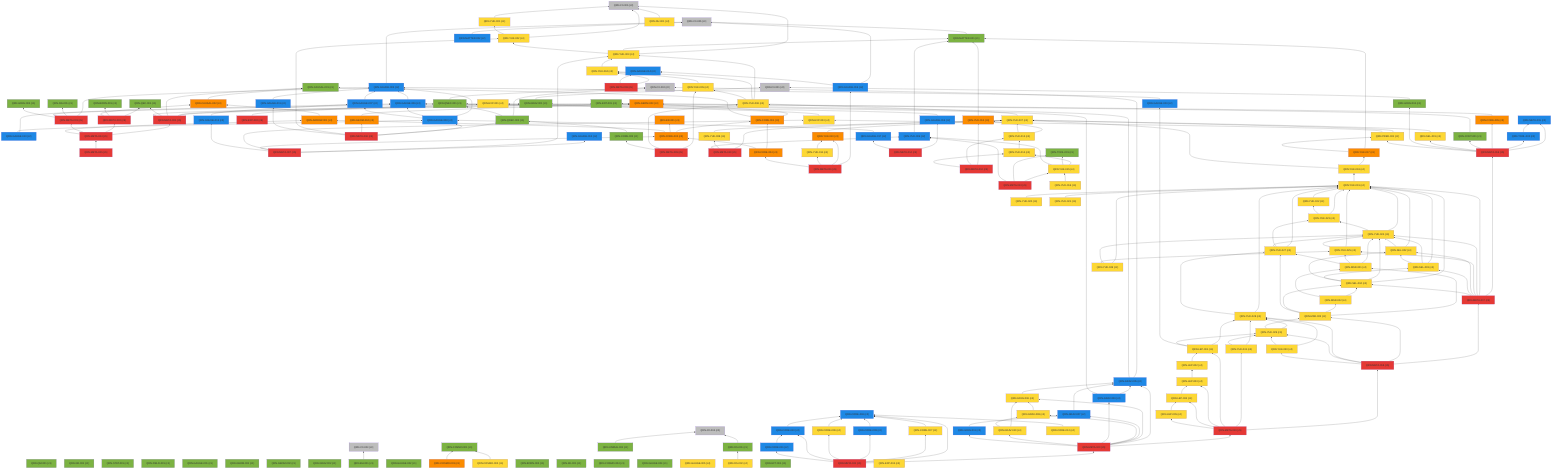
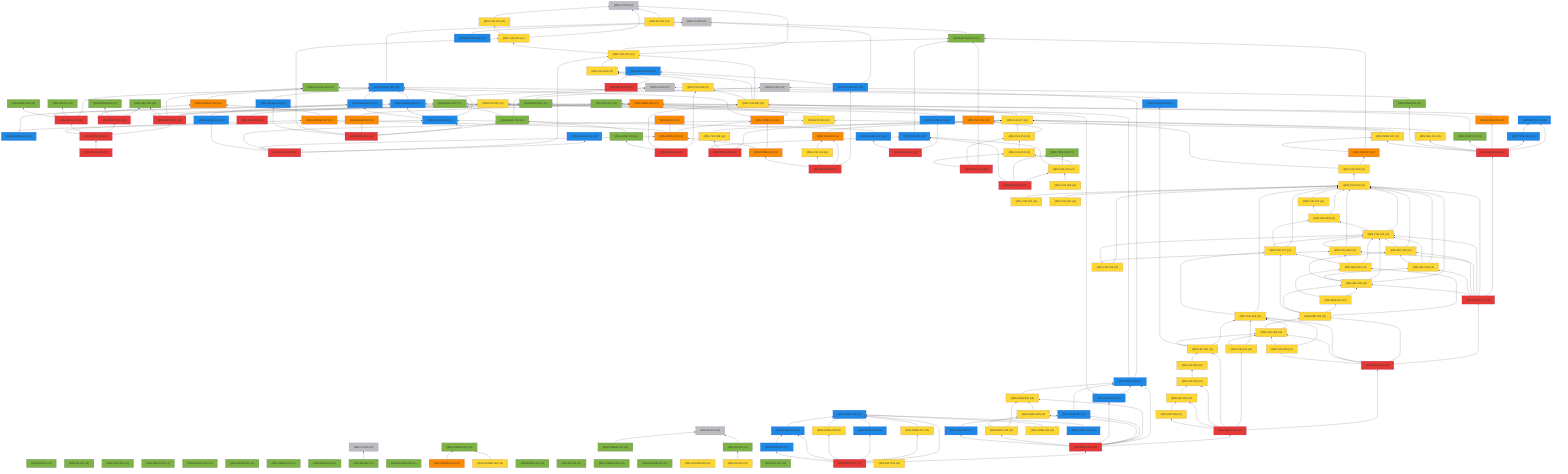
%% 自動生成 (dag/report.pl) — QRN 主張依存グラフ
graph BT
  QRN_C0_001["QRN-C0-001 (c0)"]:::c0
  QRN_C0_002["QRN-C0-002 (c0)"]:::c0
  QRN_C0_003["QRN-C0-003 (c0)"]:::c0
  QRN_C0_004["QRN-C0-004 (c0)"]:::c0
  QRN_C0_005["QRN-C0-005 (c0)"]:::c0
  QRN_C0_006["QRN-C0-006 (c0)"]:::c0
  QRN_QM_001["QRN-QM-001 (c1)"]:::c1
  QRN_GR_001["QRN-GR-001 (c1)"]:::c1
  QRN_STAT_001["QRN-STAT-001 (c1)"]:::c1
  QRN_FIELD_001["QRN-FIELD-001 (c1)"]:::c1
  QRN_GAUGE_001["QRN-GAUGE-001 (c1)"]:::c1
  QRN_ENT_001["QRN-ENT-001 (c1)"]:::c1
  QRN_GEOM_001["QRN-GEOM-001 (c1)"]:::c1
  QRN_GEOM_002["QRN-GEOM-002 (c1)"]:::c1
  QRN_GEOM_003["QRN-GEOM-003 (c3)"]:::c3
  QRN_GRAV_001["QRN-GRAV-001 (c1)"]:::c1
  QRN_GRAV_002["QRN-GRAV-002 (c1)"]:::c1
  QRN_BH_001["QRN-BH-001 (c1)"]:::c1
  QRN_CAUSAL_001["QRN-CAUSAL-001 (c1)"]:::c1
  QRN_CAUSAL_002["QRN-CAUSAL-002 (c3)"]:::c3
  QRN_ER_001["QRN-ER-001 (c3)"]:::c3
  QRN_QEC_001["QRN-QEC-001 (c1)"]:::c1
  QRN_GAUGE_002["QRN-GAUGE-002 (c1)"]:::c1
  QRN_COSMO_001["QRN-COSMO-001 (c1)"]:::c1
  QRN_COSMO_002["QRN-COSMO-002 (c4)"]:::c4
  QRN_COSMO_003["QRN-COSMO-003 (c3)"]:::c3
  QRN_BORN_001["QRN-BORN-001 (c1)"]:::c1
  QRN_BORN_002["QRN-BORN-002 (c1)"]:::c1
  QRN_GRAV_003["QRN-GRAV-003 (c1)"]:::c1
  QRN_KK_001["QRN-KK-001 (c1)"]:::c1
  QRN_MATTER_001["QRN-MATTER-001 (c1)"]:::c1
  QRN_MATTER_002["QRN-MATTER-002 (c2)"]:::c2
  QRN_COSMO_004["QRN-COSMO-004 (c1)"]:::c1
  QRN_EXP_001["QRN-EXP-001 (c4)"]:::c4
  QRN_GAUGE_003["QRN-GAUGE-003 (c2)"]:::c2
  QRN_GAUGE_004["QRN-GAUGE-004 (c1)"]:::c1
  QRN_GAUGE_005["QRN-GAUGE-005 (c4)"]:::c4
  QRN_YUK_001["QRN-YUK-001 (c4)"]:::c4
  QRN_RG_001["QRN-RG-001 (c1)"]:::c1
  QRN_UNRUH_001["QRN-UNRUH-001 (c1)"]:::c1
  QRN_QNEC_001["QRN-QNEC-001 (c1)"]:::c1
  QRN_NU_001["QRN-NU-001 (c4)"]:::c4
  QRN_GAUGE_006["QRN-GAUGE-006 (c2)"]:::c2
  QRN_DS_001["QRN-DS-001 (c1)"]:::c1
  QRN_DS_002["QRN-DS-002 (c4)"]:::c4
  QRN_ARROW_001["QRN-ARROW-001 (c3)"]:::c3
  QRN_GAUGE_007["QRN-GAUGE-007 (c2)"]:::c2
  QRN_EFT_001["QRN-EFT-001 (c1)"]:::c1
  QRN_GAUGE_008["QRN-GAUGE-008 (c2)"]:::c2
  QRN_GAUGE_009["QRN-GAUGE-009 (c2)"]:::c2
  QRN_GAUGE_010["QRN-GAUGE-010 (c2)"]:::c2
  QRN_QNEC_002["QRN-QNEC-002 (c1)"]:::c1
  QRN_GEOM_004["QRN-GEOM-004 (c3)"]:::c3
  QRN_YUK_002["QRN-YUK-002 (c4)"]:::c4
  QRN_EXP_002["QRN-EXP-002 (c5)"]:::c5
  QRN_CORE_001["QRN-CORE-001 (c3)"]:::c3
  QRN_GAUGE_011["QRN-GAUGE-011 (c2)"]:::c2
  QRN_GAUGE_012["QRN-GAUGE-012 (c2)"]:::c2
  QRN_YUK_003["QRN-YUK-003 (c4)"]:::c4
  QRN_EXP_003["QRN-EXP-003 (c4)"]:::c4
  QRN_CORE_002["QRN-CORE-002 (c3)"]:::c3
  QRN_GAUGE_013["QRN-GAUGE-013 (c2)"]:::c2
  QRN_YUK_004["QRN-YUK-004 (c4)"]:::c4
  QRN_GAUGE_014["QRN-GAUGE-014 (c2)"]:::c2
  QRN_META_001["QRN-META-001 (c5)"]:::c5
  QRN_META_002["QRN-META-002 (c5)"]:::c5
  QRN_META_003["QRN-META-003 (c5)"]:::c5
  QRN_META_004["QRN-META-004 (c5)"]:::c5
  QRN_META_005["QRN-META-005 (c5)"]:::c5
  QRN_META_006["QRN-META-006 (c5)"]:::c5
  QRN_META_007["QRN-META-007 (c5)"]:::c5
  QRN_META_008["QRN-META-008 (c5)"]:::c5
  QRN_YUK_005["QRN-YUK-005 (c4)"]:::c4
  QRN_YUK_006["QRN-YUK-006 (c4)"]:::c4
  QRN_CORE_003["QRN-CORE-003 (c1)"]:::c1
  QRN_META_009["QRN-META-009 (c5)"]:::c5
  QRN_YUK_007["QRN-YUK-007 (c4)"]:::c4
  QRN_YUK_008["QRN-YUK-008 (c4)"]:::c4
  QRN_YUK_009["QRN-YUK-009 (c2)"]:::c2
  QRN_META_010["QRN-META-010 (c5)"]:::c5
  QRN_GAUGE_015["QRN-GAUGE-015 (c2)"]:::c2
  QRN_YUK_010["QRN-YUK-010 (c3)"]:::c3
  QRN_YUK_011["QRN-YUK-011 (c4)"]:::c4
  QRN_CORE_004["QRN-CORE-004 (c3)"]:::c3
  QRN_META_011["QRN-META-011 (c5)"]:::c5
  QRN_YUK_012["QRN-YUK-012 (c3)"]:::c3
  QRN_YUK_013["QRN-YUK-013 (c4)"]:::c4
  QRN_YUK_014["QRN-YUK-014 (c4)"]:::c4
  QRN_META_012["QRN-META-012 (c5)"]:::c5
  QRN_TOOL_001["QRN-TOOL-001 (c1)"]:::c1
  QRN_YUK_015["QRN-YUK-015 (c4)"]:::c4
  QRN_META_013["QRN-META-013 (c5)"]:::c5
  QRN_GAUGE_016["QRN-GAUGE-016 (c2)"]:::c2
  QRN_GAUGE_017["QRN-GAUGE-017 (c2)"]:::c2
  QRN_META_014["QRN-META-014 (c5)"]:::c5
  QRN_META_015["QRN-META-015 (c2)"]:::c2
  QRN_TOOL_002["QRN-TOOL-002 (c2)"]:::c2
  QRN_CORE_005["QRN-CORE-005 (c3)"]:::c3
  QRN_CONT_001["QRN-CONT-001 (c1)"]:::c1
  QRN_SEL_001["QRN-SEL-001 (c4)"]:::c4
  QRN_GRAV_004["QRN-GRAV-004 (c1)"]:::c1
  QRN_PRED_001["QRN-PRED-001 (c4)"]:::c4
  QRN_META_016["QRN-META-016 (c5)"]:::c5
  QRN_YUK_016["QRN-YUK-016 (c4)"]:::c4
  QRN_YUK_017["QRN-YUK-017 (c3)"]:::c3
  QRN_YUK_018["QRN-YUK-018 (c4)"]:::c4
  QRN_YUK_019["QRN-YUK-019 (c4)"]:::c4
  QRN_YUK_020["QRN-YUK-020 (c4)"]:::c4
  QRN_YUK_021["QRN-YUK-021 (c4)"]:::c4
  QRN_YUK_022["QRN-YUK-022 (c4)"]:::c4
  QRN_YUK_023["QRN-YUK-023 (c4)"]:::c4
  QRN_YUK_024["QRN-YUK-024 (c4)"]:::c4
  QRN_YUK_025["QRN-YUK-025 (c4)"]:::c4
  QRN_SEL_002["QRN-SEL-002 (c4)"]:::c4
  QRN_SEL_003["QRN-SEL-003 (c4)"]:::c4
  QRN_SEL_004["QRN-SEL-004 (c4)"]:::c4
  QRN_META_017["QRN-META-017 (c5)"]:::c5
  QRN_YUK_026["QRN-YUK-026 (c4)"]:::c4
  QRN_YUK_027["QRN-YUK-027 (c4)"]:::c4
  QRN_MSR_001["QRN-MSR-001 (c4)"]:::c4
  QRN_MSR_002["QRN-MSR-002 (c4)"]:::c4
  QRN_MSR_003["QRN-MSR-003 (c4)"]:::c4
  QRN_YUK_028["QRN-YUK-028 (c4)"]:::c4
  QRN_YUK_029["QRN-YUK-029 (c4)"]:::c4
  QRN_YUK_030["QRN-YUK-030 (c4)"]:::c4
  QRN_META_018["QRN-META-018 (c5)"]:::c5
  QRN_YUK_031["QRN-YUK-031 (c4)"]:::c4
  QRN_LEP_001["QRN-LEP-001 (c4)"]:::c4
  QRN_LEP_002["QRN-LEP-002 (c4)"]:::c4
  QRN_LEP_003["QRN-LEP-003 (c4)"]:::c4
  QRN_LEP_004["QRN-LEP-004 (c4)"]:::c4
  QRN_LEP_005["QRN-LEP-005 (c4)"]:::c4
  QRN_META_019["QRN-META-019 (c5)"]:::c5
  QRN_GRAV_005["QRN-GRAV-005 (c2)"]:::c2
  QRN_GRAV_006["QRN-GRAV-006 (c4)"]:::c4
  QRN_GRAV_007["QRN-GRAV-007 (c2)"]:::c2
  QRN_GRAV_008["QRN-GRAV-008 (c4)"]:::c4
  QRN_GRAV_009["QRN-GRAV-009 (c2)"]:::c2
  QRN_GRAV_010["QRN-GRAV-010 (c4)"]:::c4
  QRN_GRAV_011["QRN-GRAV-011 (c2)"]:::c2
  QRN_META_020["QRN-META-020 (c5)"]:::c5
  QRN_CORE_006["QRN-CORE-006 (c2)"]:::c2
  QRN_CORE_007["QRN-CORE-007 (c4)"]:::c4
  QRN_CORE_008["QRN-CORE-008 (c2)"]:::c2
  QRN_CORE_009["QRN-CORE-009 (c4)"]:::c4
  QRN_CORE_010["QRN-CORE-010 (c2)"]:::c2
  QRN_CORE_011["QRN-CORE-011 (c2)"]:::c2
  QRN_META_021["QRN-META-021 (c5)"]:::c5
  QRN_CORE_012["QRN-CORE-012 (c4)"]:::c4
  QRN_EXP_004["QRN-EXP-004 (c4)"]:::c4
+   QRN_CORE_013["QRN-CORE-013 (c2)"]:::c2
  QRN_GRAV_001 --> QRN_C0_001
  QRN_BH_001 --> QRN_C0_003
  QRN_CAUSAL_002 --> QRN_CAUSAL_001
  QRN_COSMO_002 --> QRN_COSMO_001
  QRN_COSMO_003 --> QRN_COSMO_001
  QRN_MATTER_001 --> QRN_C0_005
  QRN_MATTER_002 --> QRN_C0_005
  QRN_GAUGE_003 --> QRN_C0_005
  QRN_YUK_001 --> QRN_C0_006
  QRN_UNRUH_001 --> QRN_C0_004
  QRN_QNEC_001 --> QRN_C0_002
  QRN_NU_001 --> QRN_C0_006
  QRN_GAUGE_006 --> QRN_GAUGE_003
  QRN_DS_001 --> QRN_C0_004
  QRN_DS_002 --> QRN_DS_001
  QRN_ARROW_001 --> QRN_CAUSAL_002
  QRN_GAUGE_007 --> QRN_GAUGE_003
  QRN_GAUGE_008 --> QRN_GAUGE_003
  QRN_GAUGE_008 --> QRN_GAUGE_006
  QRN_GAUGE_008 --> QRN_GAUGE_007
  QRN_GAUGE_009 --> QRN_GAUGE_003
  QRN_GAUGE_010 --> QRN_GAUGE_006
  QRN_GAUGE_010 --> QRN_GAUGE_008
  QRN_QNEC_002 --> QRN_C0_002
  QRN_QNEC_002 --> QRN_QNEC_001
  QRN_GEOM_004 --> QRN_GEOM_003
  QRN_YUK_002 --> QRN_C0_006
  QRN_YUK_002 --> QRN_YUK_001
  QRN_EXP_002 --> QRN_EXP_001
  QRN_CORE_001 --> QRN_GEOM_003
  QRN_CORE_001 --> QRN_CAUSAL_001
  QRN_GAUGE_011 --> QRN_GAUGE_003
  QRN_YUK_003 --> QRN_C0_006
  QRN_YUK_003 --> QRN_MATTER_001
  QRN_YUK_003 --> QRN_YUK_002
  QRN_EXP_003 --> QRN_EXP_001
  QRN_CORE_002 --> QRN_CORE_001
  QRN_CORE_002 --> QRN_ER_001
  QRN_CORE_002 --> QRN_ARROW_001
  QRN_GAUGE_013 --> QRN_GAUGE_007
  QRN_YUK_004 --> QRN_YUK_003
  QRN_META_001 --> QRN_GEOM_003
  QRN_META_001 --> QRN_GRAV_001
  QRN_META_001 --> QRN_CAUSAL_001
  QRN_META_001 --> QRN_QEC_001
  QRN_META_001 --> QRN_ENT_001
  QRN_META_002 --> QRN_QEC_001
  QRN_META_002 --> QRN_BORN_001
  QRN_META_002 --> QRN_CAUSAL_002
  QRN_META_003 --> QRN_GAUGE_003
  QRN_META_003 --> QRN_RG_001
  QRN_META_003 --> QRN_QNEC_001
  QRN_META_003 --> QRN_GRAV_003
  QRN_META_004 --> QRN_META_001
  QRN_META_004 --> QRN_META_002
  QRN_META_004 --> QRN_META_003
  QRN_META_004 --> QRN_ARROW_001
  QRN_META_005 --> QRN_META_004
  QRN_META_006 --> QRN_GAUGE_008
  QRN_META_006 --> QRN_QNEC_002
  QRN_META_006 --> QRN_GEOM_004
  QRN_META_006 --> QRN_YUK_002
  QRN_META_006 --> QRN_GAUGE_011
  QRN_META_007 --> QRN_GAUGE_012
  QRN_META_007 --> QRN_YUK_003
  QRN_META_007 --> QRN_EXP_003
  QRN_META_007 --> QRN_CORE_002
  QRN_META_007 --> QRN_GAUGE_013
  QRN_META_008 --> QRN_YUK_004
  QRN_META_008 --> QRN_GAUGE_014
  QRN_YUK_005 --> QRN_YUK_004
  QRN_YUK_006 --> QRN_YUK_003
  QRN_YUK_006 --> QRN_YUK_004
  QRN_YUK_006 --> QRN_YUK_005
  QRN_CORE_003 --> QRN_QNEC_002
  QRN_META_009 --> QRN_YUK_005
  QRN_META_009 --> QRN_YUK_006
  QRN_META_009 --> QRN_CORE_003
  QRN_YUK_007 --> QRN_YUK_006
  QRN_YUK_008 --> QRN_YUK_007
  QRN_YUK_009 --> QRN_MATTER_001
  QRN_META_010 --> QRN_YUK_007
  QRN_META_010 --> QRN_YUK_008
  QRN_META_010 --> QRN_YUK_009
  QRN_GAUGE_015 --> QRN_C0_005
  QRN_GAUGE_015 --> QRN_GAUGE_014
  QRN_YUK_010 --> QRN_YUK_007
  QRN_YUK_011 --> QRN_YUK_010
  QRN_CORE_004 --> QRN_CORE_001
  QRN_CORE_004 --> QRN_CORE_002
  QRN_META_011 --> QRN_GAUGE_015
  QRN_META_011 --> QRN_YUK_010
  QRN_META_011 --> QRN_YUK_011
  QRN_META_011 --> QRN_CORE_004
  QRN_YUK_012 --> QRN_MATTER_001
  QRN_YUK_013 --> QRN_YUK_012
  QRN_YUK_013 --> QRN_YUK_007
  QRN_YUK_014 --> QRN_YUK_013
  QRN_META_012 --> QRN_YUK_012
  QRN_META_012 --> QRN_YUK_013
  QRN_META_012 --> QRN_YUK_014
  QRN_YUK_015 --> QRN_YUK_014
  QRN_YUK_015 --> QRN_TOOL_001
  QRN_YUK_015 --> QRN_YUK_009
  QRN_META_013 --> QRN_YUK_015
  QRN_META_013 --> QRN_TOOL_001
  QRN_META_013 --> QRN_YUK_009
  QRN_GAUGE_016 --> QRN_GAUGE_006
  QRN_GAUGE_017 --> QRN_GAUGE_008
  QRN_META_014 --> QRN_GAUGE_016
  QRN_META_014 --> QRN_GAUGE_017
  QRN_TOOL_002 --> QRN_META_015
  QRN_CORE_005 --> QRN_GEOM_003
  QRN_CONT_001 --> QRN_ENT_001
  QRN_SEL_001 --> QRN_YUK_007
  QRN_GRAV_004 --> QRN_C0_001
  QRN_PRED_001 --> QRN_YUK_007
  QRN_PRED_001 --> QRN_EXP_003
  QRN_META_016 --> QRN_META_015
  QRN_META_016 --> QRN_TOOL_002
  QRN_META_016 --> QRN_CORE_005
  QRN_META_016 --> QRN_CONT_001
  QRN_META_016 --> QRN_SEL_001
  QRN_META_016 --> QRN_GRAV_004
  QRN_META_016 --> QRN_PRED_001
  QRN_YUK_016 --> QRN_YUK_015
  QRN_YUK_017 --> QRN_MATTER_001
  QRN_YUK_017 --> QRN_PRED_001
  QRN_YUK_018 --> QRN_YUK_017
  QRN_YUK_018 --> QRN_YUK_007
  QRN_YUK_019 --> QRN_YUK_018
  QRN_YUK_020 --> QRN_YUK_019
  QRN_YUK_021 --> QRN_YUK_019
  QRN_YUK_022 --> QRN_YUK_019
  QRN_YUK_023 --> QRN_YUK_019
  QRN_YUK_023 --> QRN_YUK_022
  QRN_YUK_024 --> QRN_YUK_019
  QRN_YUK_024 --> QRN_YUK_023
  QRN_YUK_025 --> QRN_YUK_019
  QRN_YUK_025 --> QRN_YUK_024
  QRN_SEL_002 --> QRN_YUK_019
  QRN_SEL_002 --> QRN_YUK_024
  QRN_SEL_003 --> QRN_YUK_019
  QRN_SEL_003 --> QRN_YUK_024
  QRN_SEL_003 --> QRN_SEL_002
  QRN_SEL_004 --> QRN_YUK_019
  QRN_SEL_004 --> QRN_YUK_024
  QRN_SEL_004 --> QRN_SEL_002
  QRN_SEL_004 --> QRN_SEL_003
  QRN_META_017 --> QRN_META_016
  QRN_META_017 --> QRN_YUK_019
  QRN_META_017 --> QRN_YUK_024
  QRN_META_017 --> QRN_YUK_025
  QRN_META_017 --> QRN_SEL_002
  QRN_META_017 --> QRN_SEL_003
  QRN_META_017 --> QRN_SEL_004
  QRN_YUK_026 --> QRN_YUK_019
  QRN_YUK_026 --> QRN_YUK_024
  QRN_YUK_026 --> QRN_YUK_025
  QRN_YUK_027 --> QRN_YUK_019
  QRN_YUK_027 --> QRN_YUK_023
  QRN_YUK_027 --> QRN_YUK_024
  QRN_MSR_001 --> QRN_YUK_024
  QRN_MSR_001 --> QRN_YUK_025
  QRN_MSR_001 --> QRN_YUK_027
  QRN_MSR_002 --> QRN_SEL_004
  QRN_MSR_002 --> QRN_MSR_001
  QRN_MSR_003 --> QRN_MSR_001
  QRN_MSR_003 --> QRN_MSR_002
  QRN_MSR_003 --> QRN_SEL_004
  QRN_MSR_003 --> QRN_YUK_027
  QRN_YUK_028 --> QRN_YUK_019
  QRN_YUK_028 --> QRN_YUK_027
  QRN_YUK_029 --> QRN_YUK_028
  QRN_YUK_029 --> QRN_MSR_003
  QRN_YUK_030 --> QRN_YUK_028
  QRN_YUK_030 --> QRN_YUK_029
  QRN_META_018 --> QRN_META_017
  QRN_META_018 --> QRN_MSR_003
  QRN_META_018 --> QRN_YUK_028
  QRN_META_018 --> QRN_YUK_029
  QRN_META_018 --> QRN_YUK_030
  QRN_YUK_031 --> QRN_YUK_028
  QRN_YUK_031 --> QRN_YUK_029
  QRN_LEP_001 --> QRN_YUK_028
  QRN_LEP_001 --> QRN_YUK_029
  QRN_LEP_001 --> QRN_GAUGE_009
  QRN_LEP_002 --> QRN_LEP_001
  QRN_LEP_003 --> QRN_LEP_002
  QRN_LEP_004 --> QRN_LEP_003
  QRN_LEP_005 --> QRN_LEP_004
  QRN_META_019 --> QRN_META_018
  QRN_META_019 --> QRN_YUK_031
  QRN_META_019 --> QRN_LEP_001
  QRN_META_019 --> QRN_LEP_003
  QRN_META_019 --> QRN_LEP_004
  QRN_META_019 --> QRN_LEP_005
  QRN_GRAV_005 --> QRN_C0_002
  QRN_GRAV_005 --> QRN_GRAV_001
  QRN_GRAV_006 --> QRN_GRAV_005
  QRN_GRAV_007 --> QRN_GRAV_005
  QRN_GRAV_008 --> QRN_GRAV_006
  QRN_GRAV_009 --> QRN_GRAV_005
  QRN_GRAV_009 --> QRN_QNEC_001
  QRN_GRAV_010 --> QRN_GRAV_006
  QRN_GRAV_010 --> QRN_GRAV_008
  QRN_GRAV_011 --> QRN_GRAV_007
  QRN_META_020 --> QRN_META_019
  QRN_META_020 --> QRN_GRAV_005
  QRN_META_020 --> QRN_GRAV_006
  QRN_META_020 --> QRN_GRAV_007
  QRN_META_020 --> QRN_GRAV_008
  QRN_META_020 --> QRN_GRAV_009
  QRN_META_020 --> QRN_GRAV_010
  QRN_META_020 --> QRN_GRAV_011
  QRN_CORE_007 --> QRN_CORE_006
  QRN_CORE_008 --> QRN_CORE_006
  QRN_CORE_009 --> QRN_CORE_006
  QRN_CORE_010 --> QRN_CORE_006
  QRN_CORE_011 --> QRN_CORE_010
  QRN_META_021 --> QRN_META_020
  QRN_META_021 --> QRN_CORE_006
  QRN_META_021 --> QRN_CORE_007
  QRN_META_021 --> QRN_CORE_008
  QRN_META_021 --> QRN_CORE_009
  QRN_META_021 --> QRN_CORE_010
  QRN_META_021 --> QRN_CORE_011
  QRN_CORE_012 --> QRN_CORE_006
+   QRN_CORE_013 --> QRN_CORE_006
  classDef c0 fill:#bdbdbd
  classDef c1 fill:#7cb342
  classDef c2 fill:#1e88e5
  classDef c3 fill:#fb8c00
  classDef c4 fill:#fdd835
  classDef c5 fill:#e53935
